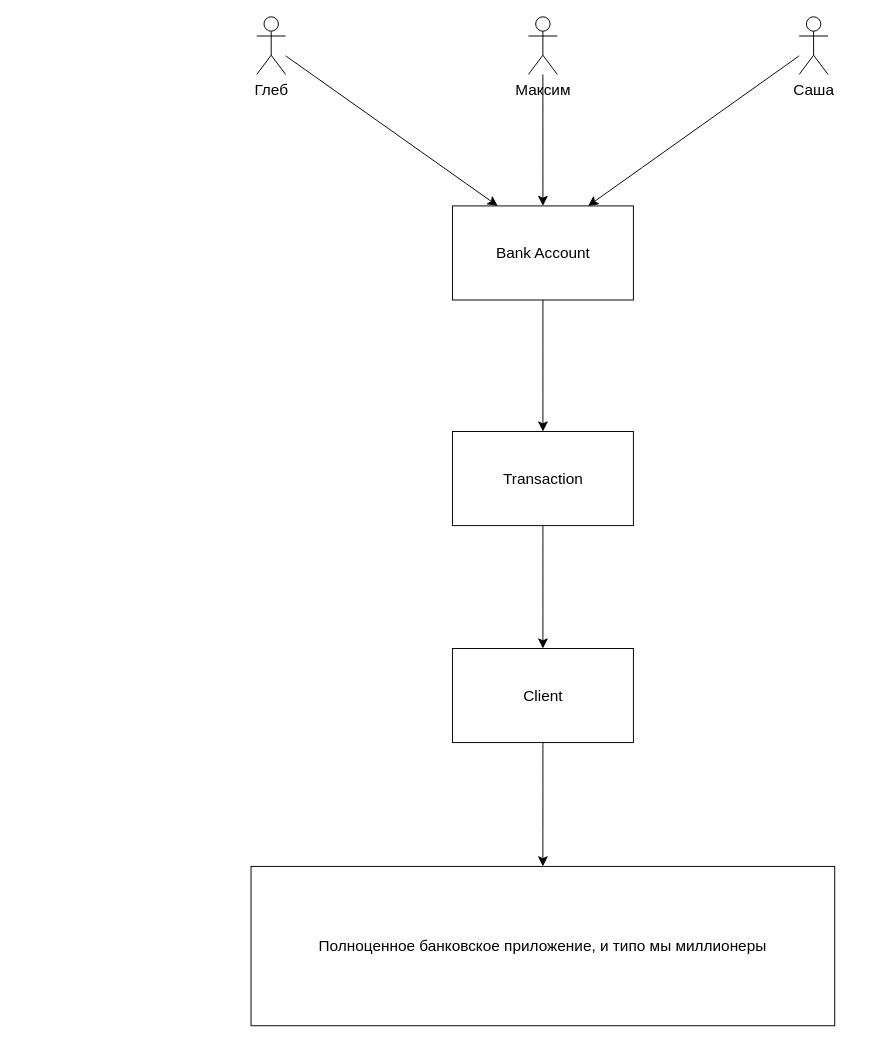
MaxDubinsky/Bank-App keeps this draw.io diagram as Plan For Bank App.drawio. Above is the earlier version. Source tidied: cells renumbered, new cells numbered last; positions are measured from the earlier drawing's top-left corner, leaving out a move shared by most shapes. Both pictures are drawn from the tidied source at 96%, with x=0, y=0 at pixel (251, 16).
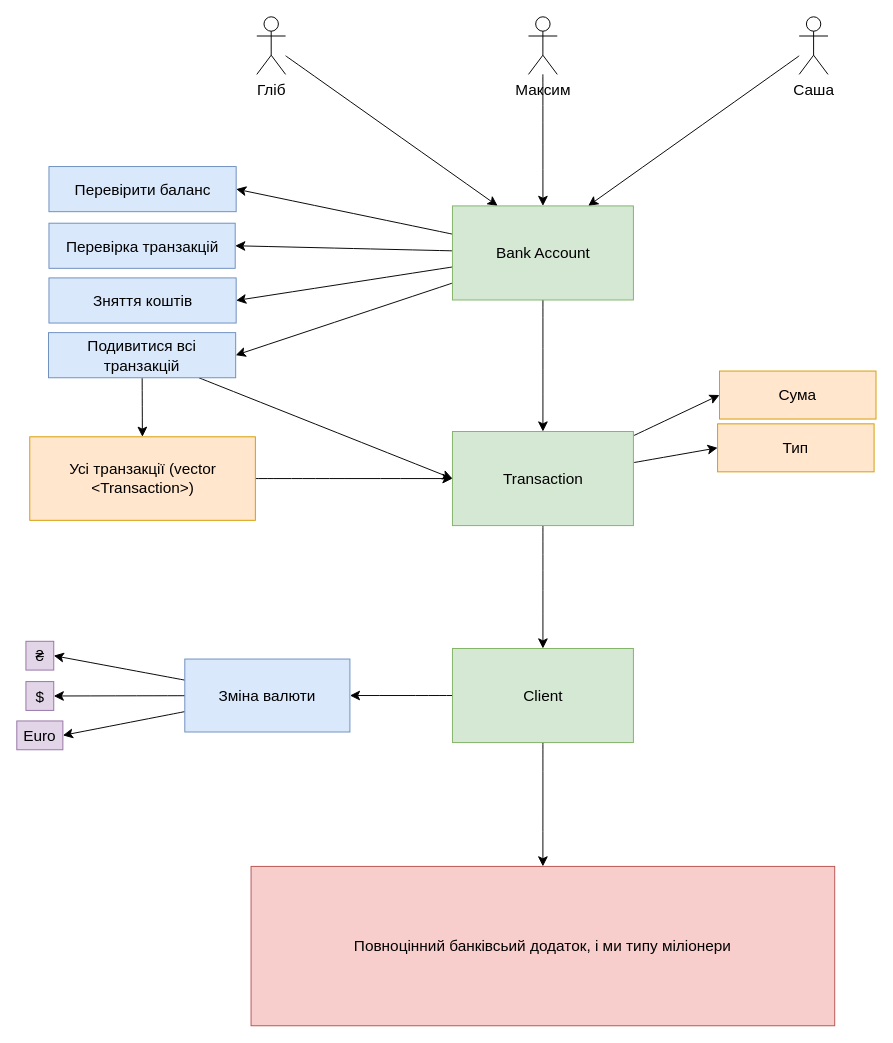
The same diagram, later.

Diff of the diagram source:
```diff
@@
-    <mxCell id="3" value="Глеб" style="shape=umlActor;verticalLabelPosition=bottom;verticalAlign=top;html=1;outlineConnect=0;fontSize=16;" parent="1" vertex="1">
+    <mxCell id="3" value="Гліб" style="shape=umlActor;verticalLabelPosition=bottom;verticalAlign=top;html=1;outlineConnect=0;fontSize=16;" parent="1" vertex="1">
       <mxGeometry x="6" width="30" height="60" as="geometry" />
     </mxCell>
@@
-    <mxCell id="8" value="Полноценное банковское приложение, и типо мы миллионеры" style="rounded=0;whiteSpace=wrap;html=1;fontSize=16;" parent="1" vertex="1">
+    <mxCell id="8" value="Повноцінний банківсьий додаток, і ми типу міліонери" style="rounded=0;whiteSpace=wrap;html=1;fontSize=16;fillColor=#f8cecc;strokeColor=#b85450;" parent="1" vertex="1">
       <mxGeometry y="885" width="608" height="166" as="geometry" />
     </mxCell>
@@
+    <mxCell id="15" style="edgeStyle=none;curved=1;rounded=0;jettySize=auto;html=1;entryX=1;entryY=0.5;entryDx=0;entryDy=0;fontSize=12;startSize=8;endSize=8;" parent="1" edge="1" source="10" target="22">
+      <mxGeometry relative="1" as="geometry" />
+    </mxCell>
+    <mxCell id="16" style="edgeStyle=none;curved=1;rounded=0;jettySize=auto;html=1;entryX=1;entryY=0.5;entryDx=0;entryDy=0;fontSize=12;startSize=8;endSize=8;" parent="1" edge="1" source="10" target="23">
+      <mxGeometry relative="1" as="geometry" />
+    </mxCell>
+    <mxCell id="17" style="edgeStyle=none;curved=1;rounded=0;jettySize=auto;html=1;entryX=1;entryY=0.5;entryDx=0;entryDy=0;fontSize=12;startSize=8;endSize=8;" parent="1" edge="1" source="10" target="24">
+      <mxGeometry relative="1" as="geometry" />
+    </mxCell>
+    <mxCell id="18" style="edgeStyle=none;curved=1;rounded=0;jettySize=auto;html=1;entryX=1;entryY=0.5;entryDx=0;entryDy=0;fontSize=12;startSize=8;endSize=8;" parent="1" edge="1" source="10" target="27">
+      <mxGeometry relative="1" as="geometry" />
+    </mxCell>
-    <mxCell id="10" value="Bank Account" style="rounded=0;whiteSpace=wrap;html=1;fontSize=16;" parent="1" vertex="1">
+    <mxCell id="10" value="Bank Account" style="rounded=0;whiteSpace=wrap;html=1;fontSize=16;fillColor=#d5e8d4;strokeColor=#82b366;" parent="1" vertex="1">
       <mxGeometry x="209.8" y="197" width="188.5" height="98" as="geometry" />
     </mxCell>
@@
+    <mxCell id="19" style="edgeStyle=none;curved=1;rounded=0;jettySize=auto;html=1;entryX=0;entryY=0.5;entryDx=0;entryDy=0;fontSize=12;startSize=8;endSize=8;" parent="1" edge="1" source="12" target="28">
+      <mxGeometry relative="1" as="geometry" />
+    </mxCell>
+    <mxCell id="20" style="edgeStyle=none;curved=1;rounded=0;jettySize=auto;html=1;entryX=0;entryY=0.5;entryDx=0;entryDy=0;fontSize=12;startSize=8;endSize=8;" parent="1" edge="1" source="12" target="29">
+      <mxGeometry relative="1" as="geometry" />
+    </mxCell>
-    <mxCell id="12" value="Transaction" style="rounded=0;whiteSpace=wrap;html=1;fontSize=16;" parent="1" vertex="1">
+    <mxCell id="12" value="Transaction" style="rounded=0;whiteSpace=wrap;html=1;fontSize=16;fillColor=#d5e8d4;strokeColor=#82b366;" parent="1" vertex="1">
       <mxGeometry x="209.8" y="432" width="188.5" height="98" as="geometry" />
     </mxCell>
@@
+    <mxCell id="21" style="edgeStyle=none;curved=1;rounded=0;jettySize=auto;html=1;entryX=1;entryY=0.5;entryDx=0;entryDy=0;fontSize=12;startSize=8;endSize=8;" parent="1" edge="1" source="14" target="35">
+      <mxGeometry relative="1" as="geometry" />
+    </mxCell>
-    <mxCell id="14" value="Client" style="rounded=0;whiteSpace=wrap;html=1;fontSize=16;" parent="1" vertex="1">
+    <mxCell id="14" value="Client" style="rounded=0;whiteSpace=wrap;html=1;fontSize=16;fillColor=#d5e8d4;strokeColor=#82b366;" parent="1" vertex="1">
       <mxGeometry x="209.8" y="658" width="188.5" height="98" as="geometry" />
     </mxCell>
+    <mxCell id="22" value="Перевірити баланс" style="rounded=0;whiteSpace=wrap;html=1;fontSize=16;fillColor=#dae8fc;strokeColor=#6c8ebf;" parent="1" vertex="1">
+      <mxGeometry x="-210.5" y="156" width="195" height="47" as="geometry" />
+    </mxCell>
+    <mxCell id="23" value="Перевірка транзакцій" style="rounded=0;whiteSpace=wrap;html=1;fontSize=16;fillColor=#dae8fc;strokeColor=#6c8ebf;" parent="1" vertex="1">
+      <mxGeometry x="-210.5" y="215" width="194" height="47" as="geometry" />
+    </mxCell>
+    <mxCell id="24" value="Зняття коштів" style="rounded=0;whiteSpace=wrap;html=1;fontSize=16;fillColor=#dae8fc;strokeColor=#6c8ebf;" parent="1" vertex="1">
+      <mxGeometry x="-210.5" y="272" width="195" height="47" as="geometry" />
+    </mxCell>
+    <mxCell id="25" style="edgeStyle=none;curved=1;rounded=0;jettySize=auto;html=1;entryX=0;entryY=0.5;entryDx=0;entryDy=0;fontSize=12;startSize=8;endSize=8;" parent="1" edge="1" source="27" target="12">
+      <mxGeometry relative="1" as="geometry" />
+    </mxCell>
+    <mxCell id="26" style="edgeStyle=none;curved=1;rounded=0;jettySize=auto;html=1;fontSize=12;startSize=8;endSize=8;" parent="1" edge="1" source="27" target="31">
+      <mxGeometry relative="1" as="geometry" />
+    </mxCell>
+    <mxCell id="27" value="Подивитися всі транзакцій" style="rounded=0;whiteSpace=wrap;html=1;fontSize=16;fillColor=#dae8fc;strokeColor=#6c8ebf;" parent="1" vertex="1">
+      <mxGeometry x="-211" y="329" width="195" height="47" as="geometry" />
+    </mxCell>
+    <mxCell id="28" value="Сума" style="rounded=0;whiteSpace=wrap;html=1;fontSize=16;fillColor=#ffe6cc;strokeColor=#d79b00;" parent="1" vertex="1">
+      <mxGeometry x="488" y="369" width="163" height="50" as="geometry" />
+    </mxCell>
+    <mxCell id="29" value="Тип" style="rounded=0;whiteSpace=wrap;html=1;fontSize=16;fillColor=#ffe6cc;strokeColor=#d79b00;" parent="1" vertex="1">
+      <mxGeometry x="486" y="424" width="163" height="50" as="geometry" />
+    </mxCell>
+    <mxCell id="30" style="edgeStyle=none;curved=1;rounded=0;jettySize=auto;html=1;fontSize=12;startSize=8;endSize=8;" parent="1" edge="1" source="31" target="12">
+      <mxGeometry relative="1" as="geometry" />
+    </mxCell>
+    <mxCell id="31" value="Усі транзакції (vector &amp;lt;Transaction&amp;gt;)" style="rounded=0;whiteSpace=wrap;html=1;fontSize=16;fillColor=#ffe6cc;strokeColor=#d79b00;" parent="1" vertex="1">
+      <mxGeometry x="-230.5" y="437.5" width="235" height="87" as="geometry" />
+    </mxCell>
+    <mxCell id="32" style="edgeStyle=none;curved=1;rounded=0;jettySize=auto;html=1;entryX=1;entryY=0.5;entryDx=0;entryDy=0;fontSize=12;startSize=8;endSize=8;" parent="1" edge="1" source="35" target="36">
+      <mxGeometry relative="1" as="geometry" />
+    </mxCell>
+    <mxCell id="33" style="edgeStyle=none;curved=1;rounded=0;jettySize=auto;html=1;entryX=1;entryY=0.5;entryDx=0;entryDy=0;fontSize=12;startSize=8;endSize=8;" parent="1" edge="1" source="35" target="37">
+      <mxGeometry relative="1" as="geometry" />
+    </mxCell>
+    <mxCell id="34" style="edgeStyle=none;curved=1;rounded=0;jettySize=auto;html=1;entryX=1;entryY=0.5;entryDx=0;entryDy=0;fontSize=12;startSize=8;endSize=8;" parent="1" edge="1" source="35" target="39">
+      <mxGeometry relative="1" as="geometry" />
+    </mxCell>
+    <mxCell id="35" value="Зміна валюти" style="rounded=0;whiteSpace=wrap;html=1;fontSize=16;fillColor=#dae8fc;strokeColor=#6c8ebf;" parent="1" vertex="1">
+      <mxGeometry x="-69" y="669" width="172" height="76" as="geometry" />
+    </mxCell>
+    <mxCell id="36" value="₴" style="rounded=0;whiteSpace=wrap;html=1;fontSize=16;fillColor=#e1d5e7;strokeColor=#9673a6;" parent="1" vertex="1">
+      <mxGeometry x="-234.5" y="650.5" width="29" height="30" as="geometry" />
+    </mxCell>
+    <mxCell id="37" value="$" style="rounded=0;whiteSpace=wrap;html=1;fontSize=16;fillColor=#e1d5e7;strokeColor=#9673a6;" parent="1" vertex="1">
+      <mxGeometry x="-234.5" y="692.5" width="29" height="30" as="geometry" />
+    </mxCell>
+    <mxCell id="38" style="edgeStyle=none;curved=1;rounded=0;orthogonalLoop=1;jettySize=auto;html=1;exitX=0.5;exitY=0;exitDx=0;exitDy=0;fontSize=12;startSize=8;endSize=8;fillColor=#e1d5e7;strokeColor=#9673a6;" parent="1" edge="1" source="37" target="37">
+      <mxGeometry relative="1" as="geometry" />
+    </mxCell>
+    <mxCell id="39" value="Euro" style="rounded=0;whiteSpace=wrap;html=1;fontSize=16;fillColor=#e1d5e7;strokeColor=#9673a6;" parent="1" vertex="1">
+      <mxGeometry x="-244" y="733.5" width="48" height="30" as="geometry" />
+    </mxCell>
```
